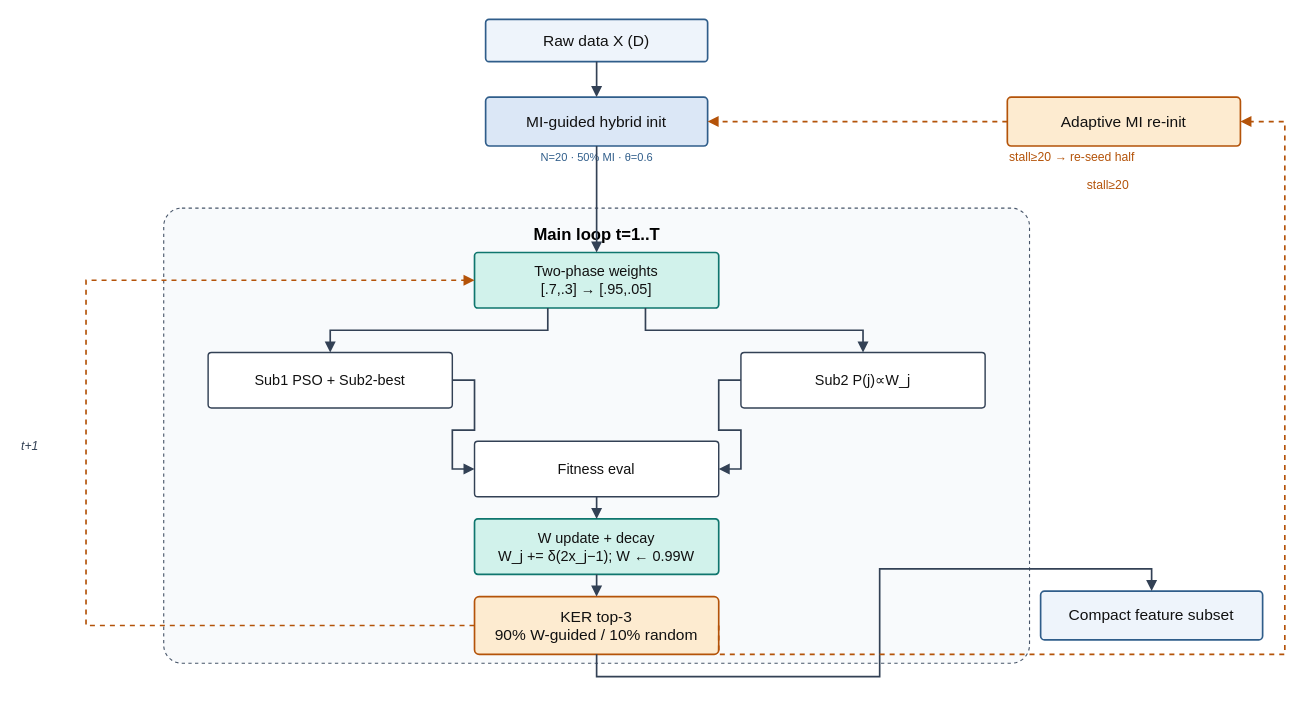
The draw.io diagram output/figures/F1_kds_el_framework_journal.drawio in drp4/KDS-EL, before the edit. Source tidied: cells renumbered, new cells numbered last; positions are measured from the earlier drawing's top-left corner, leaving out a move shared by most shapes. Both pictures are drawn from the tidied source at 111%, with x=0, y=0 at pixel (19, 19).
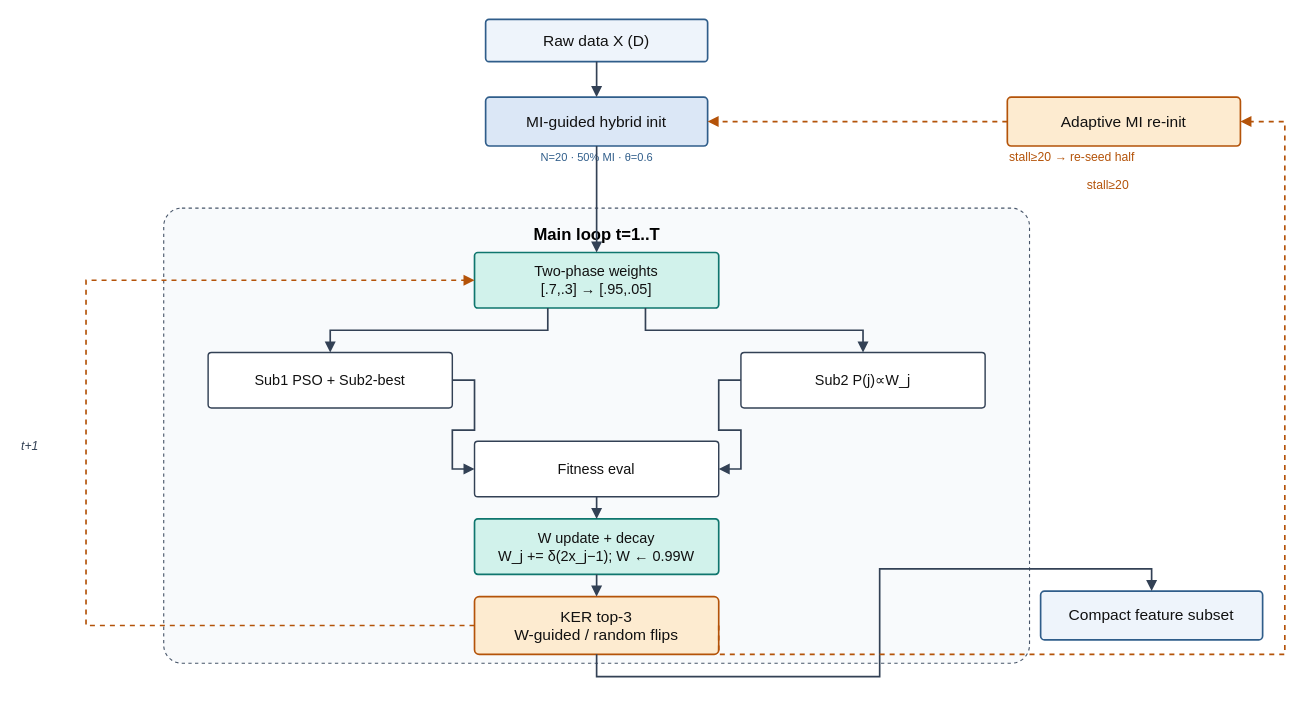
The same page after the edit.

Unchanged cells that the change refers to:
```xml
<mxCell id="7" value="Main loop t=1..T" style="rounded=1;arcSize=4;dashed=1;fillColor=#f8fafc;strokeColor=#475569;verticalAlign=top;html=1;fontSize=15;fontStyle=1;spacingTop=8;fontFamily=Helvetica;" parent="1" vertex="1">
  <mxGeometry x="130" y="170" width="780" height="410" as="geometry" />
</mxCell>
```

Change to the diagram source:
```diff
@@
-    <mxCell id="13" value="KER top-3&#10;90% W-guided / 10% random" style="rounded=1;arcSize=8;whiteSpace=wrap;html=1;fillColor=#fdebd0;strokeColor=#b45309;strokeWidth=1.5;fontSize=14;fontColor=#111111;fontFamily=Helvetica;" parent="7" vertex="1">
+    <mxCell id="13" value="KER top-3&#10;W-guided / random flips" style="rounded=1;arcSize=8;whiteSpace=wrap;html=1;fillColor=#fdebd0;strokeColor=#b45309;strokeWidth=1.5;fontSize=14;fontColor=#111111;fontFamily=Helvetica;" parent="7" vertex="1">
       <mxGeometry x="280" y="350" width="220" height="52" as="geometry" />
     </mxCell>
```
